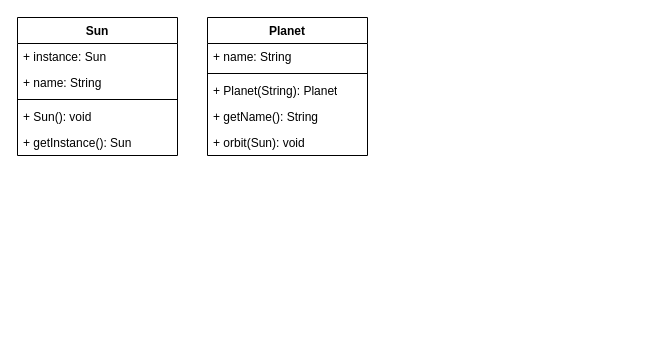
The draw.io diagram src/main/java/singleton/Diagramme sans nom.drawio in ErwanLT/designPattern, before the edit. Source tidied: cells renumbered, new cells numbered last; positions are measured from the earlier drawing's top-left corner, leaving out a move shared by most shapes. Both pictures are drawn from the tidied source at 100%, with x=0, y=0 at pixel (17, 17).
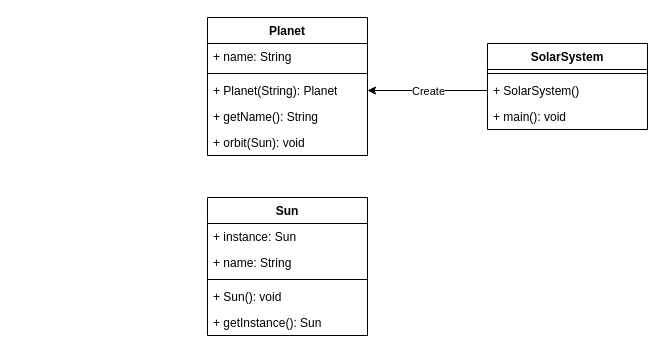
Above is the later version.

Commit message (it also covers changes not shown here):
Mettre à jour Diagramme sans nom.drawio

The edit, as a diff of the source:
```diff
@@
 <mxGraphModel>
   <root>
     <mxCell id="0" />
     <mxCell id="1" parent="0" />
     <mxCell id="2" value="Sun" style="swimlane;fontStyle=1;align=center;verticalAlign=top;horizontal=1;startSize=26;whiteSpace=wrap;html=1;" parent="1" vertex="1">
-      <mxGeometry width="160" height="138" as="geometry" />
+      <mxGeometry x="190" y="180" width="160" height="138" as="geometry" />
     </mxCell>
     <mxCell id="3" value="+ instance: Sun" style="text;strokeColor=none;fillColor=none;align=left;verticalAlign=top;spacingLeft=4;spacingRight=4;overflow=hidden;whiteSpace=wrap;html=1;" parent="2" vertex="1">
       <mxGeometry y="26" width="160" height="26" as="geometry" />
     </mxCell>
     <mxCell id="4" value="+ name: String" style="text;strokeColor=none;fillColor=none;align=left;verticalAlign=top;spacingLeft=4;spacingRight=4;overflow=hidden;whiteSpace=wrap;html=1;" parent="2" vertex="1">
       <mxGeometry y="52" width="160" height="26" as="geometry" />
     </mxCell>
     <mxCell id="5" style="line;strokeWidth=1;fillColor=none;align=left;verticalAlign=middle;spacingTop=-1;spacingLeft=3;spacingRight=3;labelPosition=right;strokeColor=inherit;" parent="2" vertex="1">
       <mxGeometry y="78" width="160" height="8" as="geometry" />
     </mxCell>
     <mxCell id="6" value="+ Sun(): void" style="text;strokeColor=none;fillColor=none;align=left;verticalAlign=top;spacingLeft=4;spacingRight=4;overflow=hidden;whiteSpace=wrap;html=1;" parent="2" vertex="1">
       <mxGeometry y="86" width="160" height="26" as="geometry" />
     </mxCell>
     <mxCell id="7" value="+ getInstance(): Sun" style="text;strokeColor=none;fillColor=none;align=left;verticalAlign=top;spacingLeft=4;spacingRight=4;overflow=hidden;whiteSpace=wrap;html=1;" parent="2" vertex="1">
       <mxGeometry y="112" width="160" height="26" as="geometry" />
     </mxCell>
     <mxCell id="8" value="Planet" style="swimlane;fontStyle=1;align=center;verticalAlign=top;horizontal=1;startSize=26;whiteSpace=wrap;html=1;" parent="1" vertex="1">
       <mxGeometry x="190" width="160" height="138" as="geometry" />
     </mxCell>
     <mxCell id="9" value="+ name: String" style="text;strokeColor=none;fillColor=none;align=left;verticalAlign=top;spacingLeft=4;spacingRight=4;overflow=hidden;whiteSpace=wrap;html=1;" parent="8" vertex="1">
       <mxGeometry y="26" width="160" height="26" as="geometry" />
     </mxCell>
     <mxCell id="10" style="line;strokeWidth=1;fillColor=none;align=left;verticalAlign=middle;spacingTop=-1;spacingLeft=3;spacingRight=3;labelPosition=right;strokeColor=inherit;" parent="8" vertex="1">
       <mxGeometry y="52" width="160" height="8" as="geometry" />
     </mxCell>
     <mxCell id="11" value="+ Planet(String): Planet" style="text;strokeColor=none;fillColor=none;align=left;verticalAlign=top;spacingLeft=4;spacingRight=4;overflow=hidden;points=[[0,0.5],[1,0.5]];portConstraint=eastwest;whiteSpace=wrap;html=1;" parent="8" vertex="1">
       <mxGeometry y="60" width="160" height="26" as="geometry" />
     </mxCell>
     <mxCell id="12" value="+ getName(): String" style="text;strokeColor=none;fillColor=none;align=left;verticalAlign=top;spacingLeft=4;spacingRight=4;overflow=hidden;whiteSpace=wrap;html=1;" parent="8" vertex="1">
       <mxGeometry y="86" width="160" height="26" as="geometry" />
     </mxCell>
     <mxCell id="13" value="+ orbit(Sun): void" style="text;strokeColor=none;fillColor=none;align=left;verticalAlign=top;spacingLeft=4;spacingRight=4;overflow=hidden;whiteSpace=wrap;html=1;" parent="8" vertex="1">
       <mxGeometry y="112" width="160" height="26" as="geometry" />
     </mxCell>
+    <mxCell id="14" value="SolarSystem" style="swimlane;fontStyle=1;align=center;verticalAlign=top;horizontal=1;startSize=26;whiteSpace=wrap;html=1;" parent="1" vertex="1">
+      <mxGeometry x="470" y="26" width="160" height="86" as="geometry" />
+    </mxCell>
+    <mxCell id="15" style="line;strokeWidth=1;fillColor=none;align=left;verticalAlign=middle;spacingTop=-1;spacingLeft=3;spacingRight=3;labelPosition=right;strokeColor=inherit;" parent="14" vertex="1">
+      <mxGeometry y="26" width="160" height="8" as="geometry" />
+    </mxCell>
+    <mxCell id="16" value="+ SolarSystem()" style="text;strokeColor=none;fillColor=none;align=left;verticalAlign=top;spacingLeft=4;spacingRight=4;overflow=hidden;points=[[0,0.5],[1,0.5]];portConstraint=eastwest;whiteSpace=wrap;html=1;" parent="14" vertex="1">
+      <mxGeometry y="34" width="160" height="26" as="geometry" />
+    </mxCell>
+    <mxCell id="17" value="+ main(): void" style="text;strokeColor=none;fillColor=none;align=left;verticalAlign=top;spacingLeft=4;spacingRight=4;overflow=hidden;whiteSpace=wrap;html=1;" parent="14" vertex="1">
+      <mxGeometry y="60" width="160" height="26" as="geometry" />
+    </mxCell>
+    <mxCell id="18" style="endArrow=classic;html=1;rounded=0;exitX=0;exitY=0.5;exitDx=0;exitDy=0;entryX=1;entryY=0.5;entryDx=0;entryDy=0;" parent="1" edge="1" source="16" target="11">
+      <mxGeometry relative="1" as="geometry" />
+    </mxCell>
+    <mxCell id="19" value="Create" style="edgeLabel;html=1;align=center;verticalAlign=middle;" parent="18" vertex="1">
+      <mxGeometry relative="1" as="geometry" />
+    </mxCell>
   </root>
 </mxGraphModel>
```
